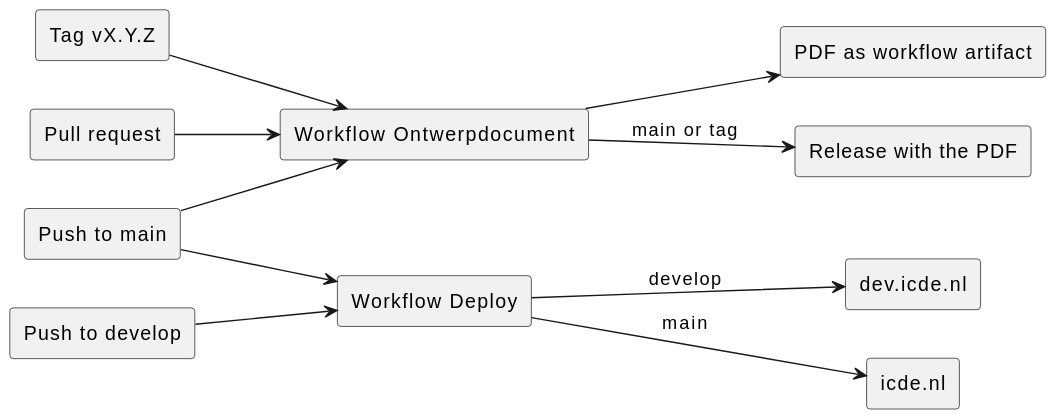
This is docs/diagrams/ci-overview.svg from HAN-Craftsmanship-KL-JJG/casus, a PlantUML export, as it was before one commit. The source it was exported from:
```plantuml
@startuml
skinparam style strictuml
skinparam shadowing false
skinparam defaultFontName Helvetica
left to right direction

rectangle "Pull request" as pr
rectangle "Push to develop" as develop
rectangle "Push to main" as main
rectangle "Tag vX.Y.Z" as tag

rectangle "Workflow Ontwerpdocument" as doc
rectangle "Workflow Deploy" as deploy

rectangle "PDF as workflow artifact" as artifact
rectangle "Release with the PDF" as release
rectangle "dev.icde.nl" as dev
rectangle "icde.nl" as prd

pr --> doc
main --> doc
tag --> doc
develop --> deploy
main --> deploy

doc --> artifact
doc --> release : main or tag
deploy --> dev : develop
deploy --> prd : main
@enduml
```
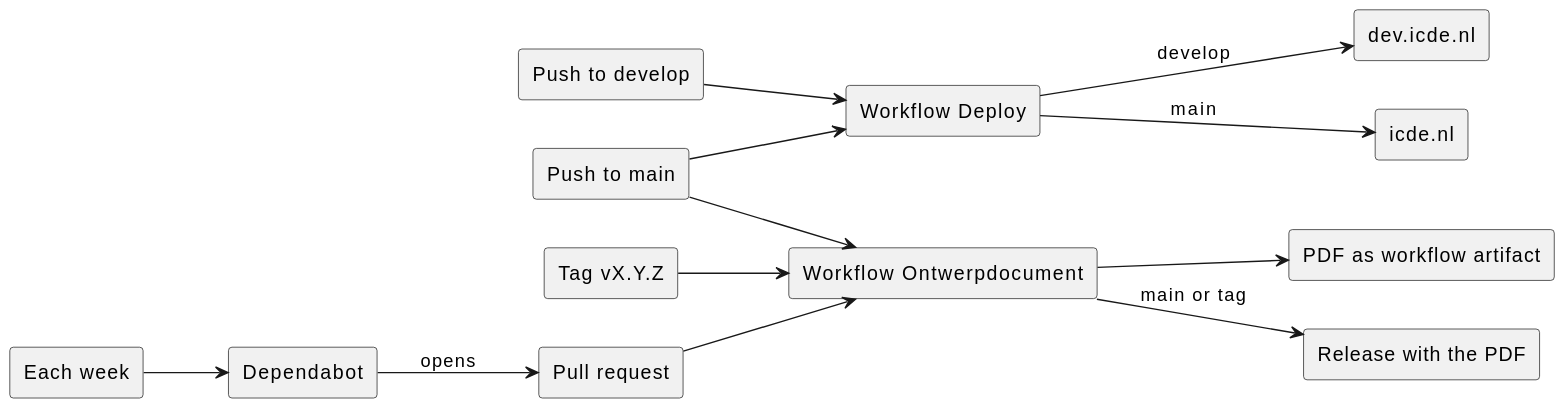
Later version of the same file.

Commit message:
docs: add Dependabot to the automation overview

Refs #59

Diff of the diagram source:
```diff
@@ -8,9 +8,11 @@
 rectangle "Push to develop" as develop
 rectangle "Push to main" as main
 rectangle "Tag vX.Y.Z" as tag
+rectangle "Each week" as week
 
 rectangle "Workflow Ontwerpdocument" as doc
 rectangle "Workflow Deploy" as deploy
+rectangle "Dependabot" as bot
 
 rectangle "PDF as workflow artifact" as artifact
 rectangle "Release with the PDF" as release
@@ -22,9 +24,11 @@
 tag --> doc
 develop --> deploy
 main --> deploy
+week --> bot
 
 doc --> artifact
 doc --> release : main or tag
 deploy --> dev : develop
 deploy --> prd : main
+bot --> pr : opens
 @enduml
```
